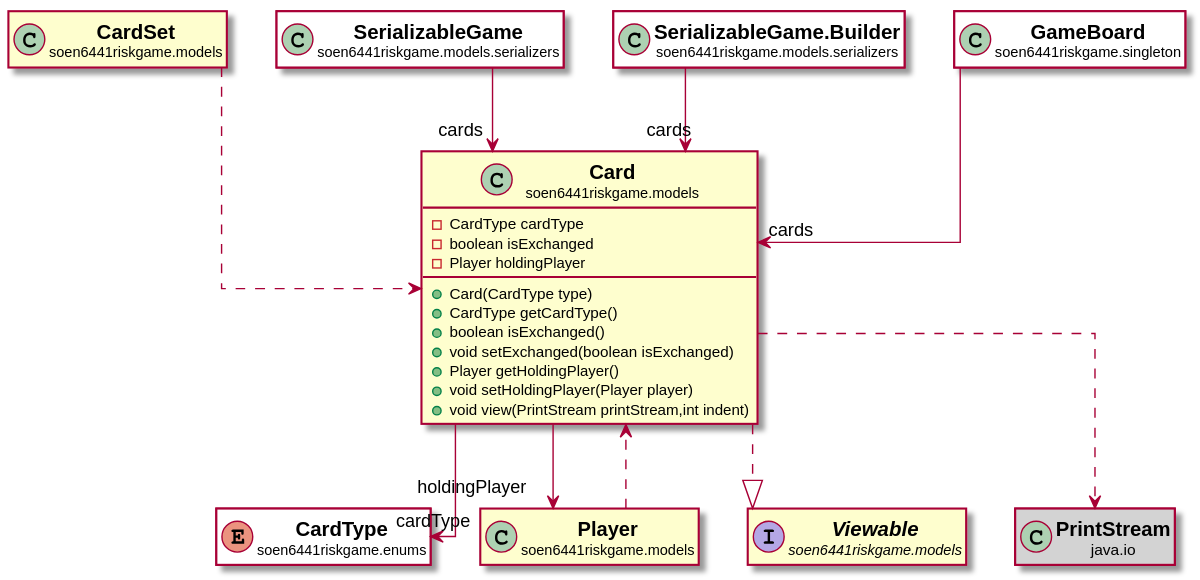
Earlier version of the PlantUML export docs/javadocs/soen6441riskgame/models/Card.svg (huntertran/soen6441-riskgame). The source it was exported from:
```plantuml
@startuml

skinparam svgLinkTarget _parent
skinparam linetype ortho
set namespaceSeparator none
class "<b><size:14>Card</b>\n<size:10>soen6441riskgame.models" as soen6441riskgame.models.Card  [[../../soen6441riskgame/models/Card.html{soen6441riskgame.models.Card}]] {
-CardType cardType
-boolean isExchanged
-Player holdingPlayer
+Card(CardType type)
+CardType getCardType()
+boolean isExchanged()
+void setExchanged(boolean isExchanged)
+Player getHoldingPlayer()
+void setHoldingPlayer(Player player)
+void view(PrintStream printStream,int indent)
}


enum "<b><size:14>CardType</b>\n<size:10>soen6441riskgame.enums" as soen6441riskgame.enums.CardType  [[../../soen6441riskgame/enums/CardType.html{soen6441riskgame.enums.CardType}]] #white {
}

hide soen6441riskgame.enums.CardType fields
hide soen6441riskgame.enums.CardType methods

soen6441riskgame.models.Card -->  "cardType" soen6441riskgame.enums.CardType

class "<b><size:14>Player</b>\n<size:10>soen6441riskgame.models" as soen6441riskgame.models.Player  [[../../soen6441riskgame/models/Player.html{soen6441riskgame.models.Player}]] {
}

hide soen6441riskgame.models.Player fields
hide soen6441riskgame.models.Player methods

soen6441riskgame.models.Card -->  "holdingPlayer" soen6441riskgame.models.Player

interface "<b><size:14>Viewable</b>\n<size:10>soen6441riskgame.models" as soen6441riskgame.models.Viewable  [[../../soen6441riskgame/models/Viewable.html{soen6441riskgame.models.Viewable}]] {
}

hide soen6441riskgame.models.Viewable fields
hide soen6441riskgame.models.Viewable methods

soen6441riskgame.models.Card ..|> soen6441riskgame.models.Viewable

class "<b><size:14>PrintStream</b>\n<size:10>java.io" as java.io.PrintStream  #lightgrey {
}

hide java.io.PrintStream fields
hide java.io.PrintStream methods

soen6441riskgame.models.Card ..> java.io.PrintStream

class "<b><size:14>CardSet</b>\n<size:10>soen6441riskgame.models" as soen6441riskgame.models.CardSet  [[../../soen6441riskgame/models/CardSet.html{soen6441riskgame.models.CardSet}]] {
}

hide soen6441riskgame.models.CardSet fields
hide soen6441riskgame.models.CardSet methods

soen6441riskgame.models.CardSet ..> soen6441riskgame.models.Card

soen6441riskgame.models.Player ..> soen6441riskgame.models.Card

class "<b><size:14>SerializableGame</b>\n<size:10>soen6441riskgame.models.serializers" as soen6441riskgame.models.serializers.SerializableGame  [[../../soen6441riskgame/models/serializers/SerializableGame.html{soen6441riskgame.models.serializers.SerializableGame}]] #white {
}

hide soen6441riskgame.models.serializers.SerializableGame fields
hide soen6441riskgame.models.serializers.SerializableGame methods

soen6441riskgame.models.serializers.SerializableGame -->  "cards" soen6441riskgame.models.Card

class "<b><size:14>SerializableGame.Builder</b>\n<size:10>soen6441riskgame.models.serializers" as soen6441riskgame.models.serializers.SerializableGame.Builder  [[../../soen6441riskgame/models/serializers/SerializableGame.Builder.html{soen6441riskgame.models.serializers.SerializableGame.Builder}]] #white {
}

hide soen6441riskgame.models.serializers.SerializableGame.Builder fields
hide soen6441riskgame.models.serializers.SerializableGame.Builder methods

soen6441riskgame.models.serializers.SerializableGame.Builder -->  "cards" soen6441riskgame.models.Card

class "<b><size:14>GameBoard</b>\n<size:10>soen6441riskgame.singleton" as soen6441riskgame.singleton.GameBoard  [[../../soen6441riskgame/singleton/GameBoard.html{soen6441riskgame.singleton.GameBoard}]] #white {
}

hide soen6441riskgame.singleton.GameBoard fields
hide soen6441riskgame.singleton.GameBoard methods

soen6441riskgame.singleton.GameBoard -->  "cards" soen6441riskgame.models.Card


@enduml
```
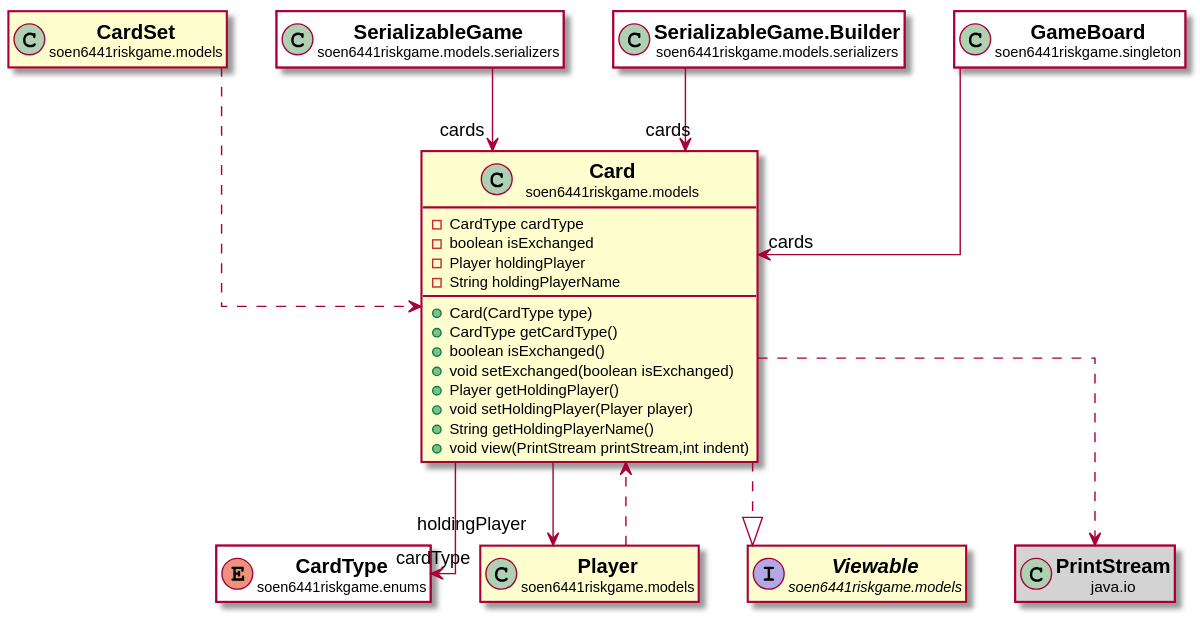
After the commit.

Change to the diagram source:
```diff
@@ -7,12 +7,14 @@
 -CardType cardType
 -boolean isExchanged
 -Player holdingPlayer
+-String holdingPlayerName
 +Card(CardType type)
 +CardType getCardType()
 +boolean isExchanged()
 +void setExchanged(boolean isExchanged)
 +Player getHoldingPlayer()
 +void setHoldingPlayer(Player player)
++String getHoldingPlayerName()
 +void view(PrintStream printStream,int indent)
 }
 
```
